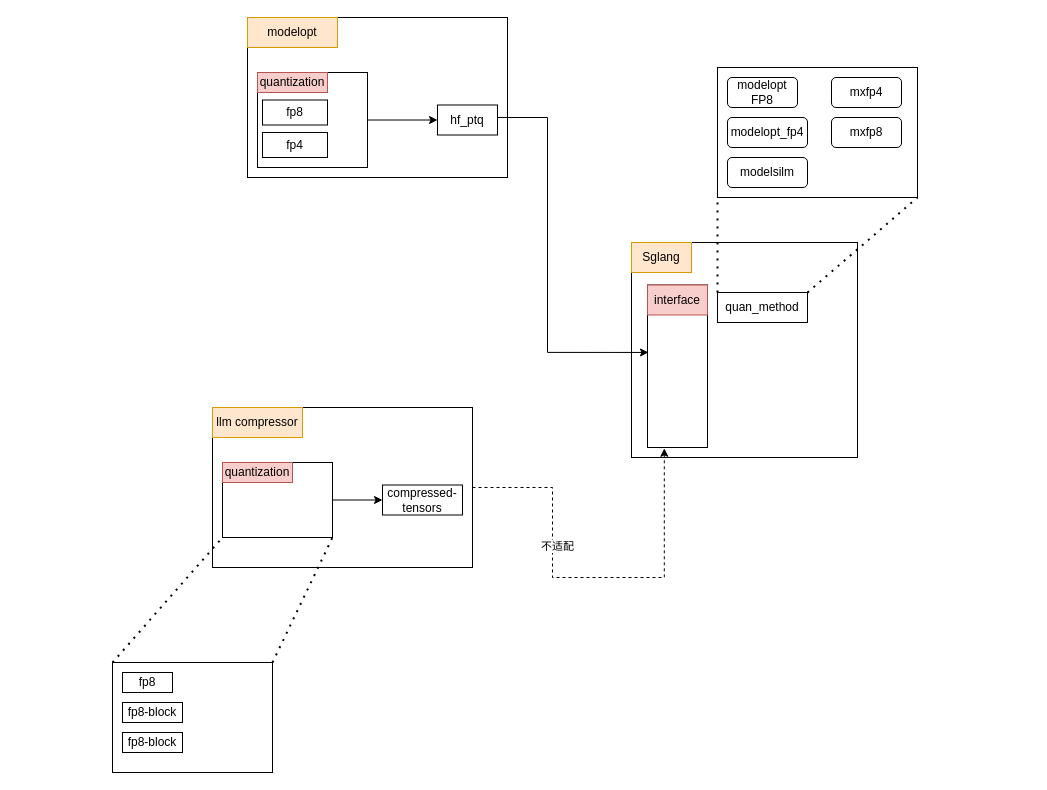
This is resouces/llm_comperssor.drawio from mth-del/Ai_Infra, a draw.io file, before an edit. Source tidied: cells renumbered, new cells numbered last; positions are measured from the earlier drawing's top-left corner, leaving out a move shared by most shapes. Both pictures are drawn from the tidied source at 100%, with x=0, y=0 at pixel (112, 17).
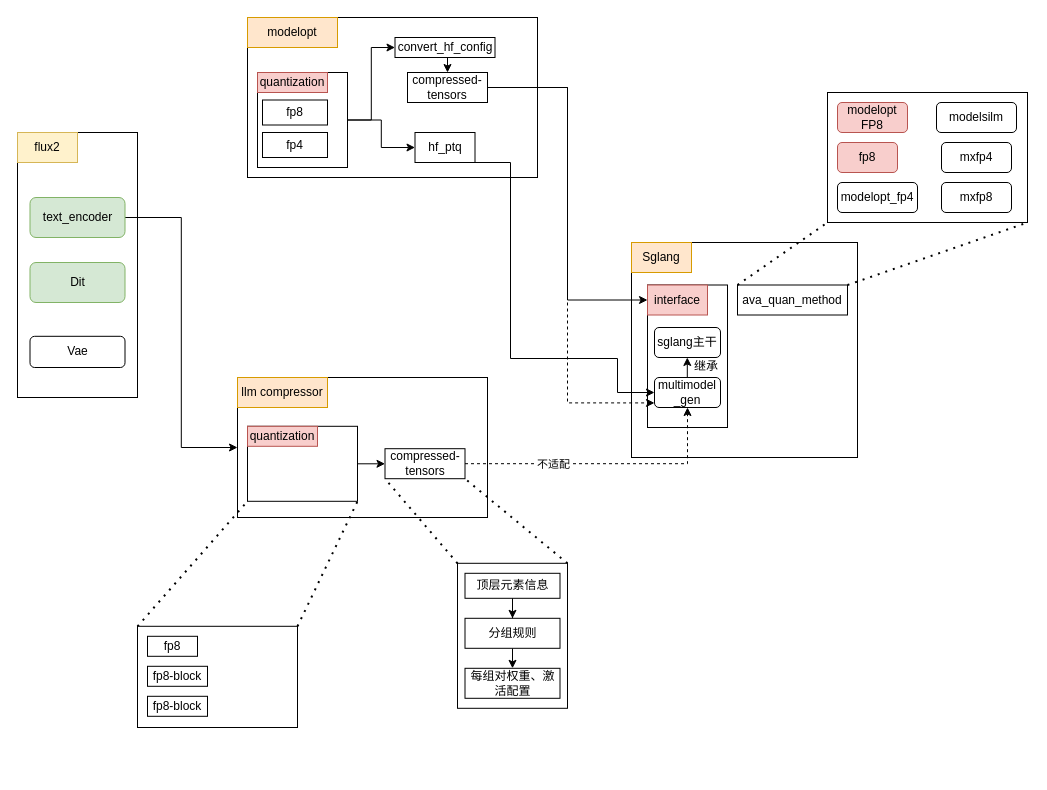
The same diagram, later.

Unchanged cells that the change refers to:
```xml
<mxCell id="36" value="interface" style="text;html=1;whiteSpace=wrap;strokeColor=#b85450;fillColor=#f8cecc;align=center;verticalAlign=middle;rounded=0;" parent="1" vertex="1">
  <mxGeometry x="535" y="267.5" width="60" height="30" as="geometry" />
</mxCell>
```

Diff of the diagram source:
```diff
@@
+    <mxCell id="5" style="rounded=0;whiteSpace=wrap;html=1;" parent="1" vertex="1">
+      <mxGeometry x="519" y="225" width="226" height="215" as="geometry" />
+    </mxCell>
+    <mxCell id="35" style="rounded=0;whiteSpace=wrap;html=1;" parent="1" vertex="1">
+      <mxGeometry x="535" y="267.5" width="80" height="142.5" as="geometry" />
+    </mxCell>
     <mxCell id="2" style="rounded=0;whiteSpace=wrap;html=1;" parent="1" vertex="1">
-      <mxGeometry x="100" y="390" width="260" height="160" as="geometry" />
+      <mxGeometry x="125" y="360" width="250" height="140" as="geometry" />
     </mxCell>
     <mxCell id="3" value="llm compressor" style="text;html=1;whiteSpace=wrap;strokeColor=#d79b00;fillColor=#ffe6cc;align=center;verticalAlign=middle;rounded=0;" parent="1" vertex="1">
-      <mxGeometry x="100" y="390" width="90" height="30" as="geometry" />
+      <mxGeometry x="125" y="360" width="90" height="30" as="geometry" />
     </mxCell>
+    <mxCell id="39" style="edgeStyle=orthogonalEdgeStyle;rounded=0;jettySize=auto;html=1;exitX=1;exitY=0.5;exitDx=0;exitDy=0;entryX=0.5;entryY=1;entryDx=0;entryDy=0;dashed=1;" parent="1" edge="1" source="4" target="62">
+      <mxGeometry relative="1" as="geometry" />
+    </mxCell>
+    <mxCell id="34" value="不适配" style="edgeLabel;html=1;align=center;verticalAlign=middle;" parent="39" vertex="1">
+      <mxGeometry x="-0.37" relative="1" as="geometry" />
+    </mxCell>
     <mxCell id="4" value="&lt;span style=&quot;font-size: 12px;&quot;&gt;compressed-tensors&lt;/span&gt;" style="rounded=0;whiteSpace=wrap;html=1;" parent="1" vertex="1">
-      <mxGeometry x="270" y="467.5" width="80" height="30" as="geometry" />
+      <mxGeometry x="272.5" y="431.2" width="80" height="30" as="geometry" />
     </mxCell>
-    <mxCell id="5" style="rounded=0;whiteSpace=wrap;html=1;" parent="1" vertex="1">
-      <mxGeometry x="519" y="225" width="226" height="215" as="geometry" />
-    </mxCell>
@@
     <mxCell id="8" style="rounded=0;whiteSpace=wrap;html=1;" parent="1" vertex="1">
-      <mxGeometry x="110" y="445" width="110" height="75" as="geometry" />
+      <mxGeometry x="135" y="408.8" width="110" height="75" as="geometry" />
     </mxCell>
     <mxCell id="9" value="quantization" style="text;html=1;whiteSpace=wrap;strokeColor=#b85450;fillColor=#f8cecc;align=center;verticalAlign=middle;rounded=0;" parent="1" vertex="1">
-      <mxGeometry x="110" y="445" width="70" height="20" as="geometry" />
+      <mxGeometry x="135" y="408.8" width="70" height="20" as="geometry" />
     </mxCell>
@@
     <mxCell id="11" style="endArrow=none;dashed=1;html=1;dashPattern=1 3;strokeWidth=2;rounded=0;entryX=1;entryY=1;entryDx=0;entryDy=0;" parent="1" edge="1" target="8">
       <mxGeometry relative="1" as="geometry">
-        <mxPoint x="160" y="645" as="sourcePoint" />
+        <mxPoint x="185" y="608.8" as="sourcePoint" />
       </mxGeometry>
     </mxCell>
     <mxCell id="12" style="rounded=0;whiteSpace=wrap;html=1;" parent="1" vertex="1">
-      <mxGeometry y="645" width="160" height="110" as="geometry" />
+      <mxGeometry x="25" y="608.8" width="160" height="101.2" as="geometry" />
     </mxCell>
     <mxCell id="13" value="fp8" style="rounded=0;whiteSpace=wrap;html=1;" parent="1" vertex="1">
-      <mxGeometry x="10" y="655" width="50" height="20" as="geometry" />
+      <mxGeometry x="35" y="618.8" width="50" height="20" as="geometry" />
     </mxCell>
     <mxCell id="14" value="fp8-block" style="rounded=0;whiteSpace=wrap;html=1;" parent="1" vertex="1">
-      <mxGeometry x="10" y="685" width="60" height="20" as="geometry" />
+      <mxGeometry x="35" y="648.8" width="60" height="20" as="geometry" />
     </mxCell>
     <mxCell id="15" value="fp8-block" style="rounded=0;whiteSpace=wrap;html=1;" parent="1" vertex="1">
-      <mxGeometry x="10" y="715" width="60" height="20" as="geometry" />
+      <mxGeometry x="35" y="678.8" width="60" height="20" as="geometry" />
     </mxCell>
-    <mxCell id="16" value="quan_method" style="rounded=0;whiteSpace=wrap;html=1;" parent="1" vertex="1">
-      <mxGeometry x="605" y="275" width="90" height="30" as="geometry" />
+    <mxCell id="16" value="ava_quan_method" style="rounded=0;whiteSpace=wrap;html=1;" parent="1" vertex="1">
+      <mxGeometry x="625" y="267.5" width="110" height="30" as="geometry" />
     </mxCell>
@@
     <mxCell id="19" style="rounded=0;whiteSpace=wrap;html=1;" parent="1" vertex="1">
-      <mxGeometry x="605" y="50" width="200" height="130" as="geometry" />
+      <mxGeometry x="715" y="75" width="200" height="130" as="geometry" />
     </mxCell>
-    <mxCell id="20" value="modelopt FP8" style="rounded=1;whiteSpace=wrap;html=1;" parent="1" vertex="1">
-      <mxGeometry x="615" y="60" width="70" height="30" as="geometry" />
+    <mxCell id="20" value="modelopt FP8" style="rounded=1;whiteSpace=wrap;html=1;fillColor=#f8cecc;strokeColor=#b85450;" parent="1" vertex="1">
+      <mxGeometry x="725" y="85" width="70" height="30" as="geometry" />
     </mxCell>
     <mxCell id="21" value="modelopt_fp4" style="rounded=1;whiteSpace=wrap;html=1;" parent="1" vertex="1">
-      <mxGeometry x="615" y="100" width="80" height="30" as="geometry" />
+      <mxGeometry x="725" y="165" width="80" height="30" as="geometry" />
     </mxCell>
     <mxCell id="22" value="modelsilm" style="rounded=1;whiteSpace=wrap;html=1;" parent="1" vertex="1">
-      <mxGeometry x="615" y="140" width="80" height="30" as="geometry" />
+      <mxGeometry x="824" y="85" width="80" height="30" as="geometry" />
     </mxCell>
@@
     <mxCell id="24" value="mxfp4" style="rounded=1;whiteSpace=wrap;html=1;" parent="1" vertex="1">
-      <mxGeometry x="719" y="60" width="70" height="30" as="geometry" />
+      <mxGeometry x="829" y="125" width="70" height="30" as="geometry" />
     </mxCell>
     <mxCell id="25" value="mxfp8" style="rounded=1;whiteSpace=wrap;html=1;" parent="1" vertex="1">
-      <mxGeometry x="719" y="100" width="70" height="30" as="geometry" />
+      <mxGeometry x="829" y="165" width="70" height="30" as="geometry" />
     </mxCell>
     <mxCell id="26" style="rounded=0;whiteSpace=wrap;html=1;" parent="1" vertex="1">
-      <mxGeometry x="135" width="260" height="160" as="geometry" />
+      <mxGeometry x="135" width="290" height="160" as="geometry" />
     </mxCell>
@@
-    <mxCell id="28" style="edgeStyle=orthogonalEdgeStyle;rounded=0;jettySize=auto;html=1;exitX=1;exitY=0.5;exitDx=0;exitDy=0;entryX=0.016;entryY=0.415;entryDx=0;entryDy=0;entryPerimeter=0;" parent="1" edge="1" source="29" target="35">
+    <mxCell id="28" style="edgeStyle=orthogonalEdgeStyle;rounded=0;jettySize=auto;html=1;exitX=1;exitY=0.5;exitDx=0;exitDy=0;entryX=0;entryY=0.5;entryDx=0;entryDy=0;" parent="1" edge="1" target="62">
       <mxGeometry relative="1" as="geometry">
+        <mxPoint x="325" y="145" as="sourcePoint" />
         <Array as="points">
-          <mxPoint x="385" y="100" />
-          <mxPoint x="435" y="100" />
-          <mxPoint x="435" y="335" />
+          <mxPoint x="398" y="145" />
+          <mxPoint x="398" y="341" />
+          <mxPoint x="505" y="341" />
+          <mxPoint x="505" y="375" />
         </Array>
       </mxGeometry>
     </mxCell>
     <mxCell id="29" value="&lt;span style=&quot;font-size: 12px;&quot;&gt;hf_ptq&lt;/span&gt;" style="rounded=0;whiteSpace=wrap;html=1;" parent="1" vertex="1">
-      <mxGeometry x="325" y="87.5" width="60" height="30" as="geometry" />
+      <mxGeometry x="302.5" y="115" width="60" height="30" as="geometry" />
     </mxCell>
@@
+    <mxCell id="40" style="edgeStyle=orthogonalEdgeStyle;rounded=0;jettySize=auto;html=1;exitX=1;exitY=0.5;exitDx=0;exitDy=0;entryX=0;entryY=0.5;entryDx=0;entryDy=0;" parent="1" edge="1" source="31" target="51">
+      <mxGeometry relative="1" as="geometry" />
+    </mxCell>
     <mxCell id="31" style="rounded=0;whiteSpace=wrap;html=1;" parent="1" vertex="1">
-      <mxGeometry x="145" y="55" width="110" height="95" as="geometry" />
+      <mxGeometry x="145" y="55" width="90" height="95" as="geometry" />
     </mxCell>
@@
-    <mxCell id="33" style="edgeStyle=orthogonalEdgeStyle;rounded=0;jettySize=auto;html=1;exitX=1;exitY=0.5;exitDx=0;exitDy=0;entryX=0.28;entryY=1.005;entryDx=0;entryDy=0;entryPerimeter=0;dashed=1;" parent="1" edge="1" source="2" target="35">
-      <mxGeometry relative="1" as="geometry">
-        <Array as="points">
-          <mxPoint x="440" y="470" />
-          <mxPoint x="440" y="560" />
-          <mxPoint x="552" y="560" />
-        </Array>
-      </mxGeometry>
-    </mxCell>
-    <mxCell id="34" value="不适配" style="edgeLabel;html=1;align=center;verticalAlign=middle;" parent="33" vertex="1">
-      <mxGeometry x="-0.33" y="4" relative="1" as="geometry" />
-    </mxCell>
-    <mxCell id="35" style="rounded=0;whiteSpace=wrap;html=1;" parent="1" vertex="1">
-      <mxGeometry x="535" y="267.5" width="60" height="162.5" as="geometry" />
-    </mxCell>
@@
+    <mxCell id="41" value="fp8" style="rounded=1;whiteSpace=wrap;html=1;fillColor=#f8cecc;strokeColor=#b85450;" parent="1" vertex="1">
+      <mxGeometry x="725" y="125" width="60" height="30" as="geometry" />
+    </mxCell>
+    <mxCell id="42" style="endArrow=none;dashed=1;html=1;dashPattern=1 3;strokeWidth=2;rounded=0;entryX=0;entryY=1;entryDx=0;entryDy=0;exitX=0;exitY=0;exitDx=0;exitDy=0;" parent="1" edge="1" source="44" target="4">
+      <mxGeometry relative="1" as="geometry" />
+    </mxCell>
+    <mxCell id="43" style="endArrow=none;dashed=1;html=1;dashPattern=1 3;strokeWidth=2;rounded=0;entryX=1;entryY=1;entryDx=0;entryDy=0;exitX=1;exitY=0;exitDx=0;exitDy=0;" parent="1" edge="1" source="44" target="4">
+      <mxGeometry relative="1" as="geometry" />
+    </mxCell>
+    <mxCell id="44" style="rounded=0;whiteSpace=wrap;html=1;" parent="1" vertex="1">
+      <mxGeometry x="345" y="545.8" width="110" height="145" as="geometry" />
+    </mxCell>
+    <mxCell id="45" style="edgeStyle=orthogonalEdgeStyle;rounded=0;jettySize=auto;html=1;entryX=0.5;entryY=0;entryDx=0;entryDy=0;" parent="1" edge="1" source="46" target="48">
+      <mxGeometry relative="1" as="geometry" />
+    </mxCell>
+    <mxCell id="46" value="顶层元素信息" style="rounded=0;whiteSpace=wrap;html=1;" parent="1" vertex="1">
+      <mxGeometry x="352.5" y="555.8" width="95" height="25" as="geometry" />
+    </mxCell>
+    <mxCell id="47" style="edgeStyle=orthogonalEdgeStyle;rounded=0;jettySize=auto;html=1;exitX=0.5;exitY=1;exitDx=0;exitDy=0;entryX=0.5;entryY=0;entryDx=0;entryDy=0;" parent="1" edge="1" source="48" target="49">
+      <mxGeometry relative="1" as="geometry" />
+    </mxCell>
+    <mxCell id="48" value="分组规则" style="rounded=0;whiteSpace=wrap;html=1;" parent="1" vertex="1">
+      <mxGeometry x="352.5" y="600.8" width="95" height="30" as="geometry" />
+    </mxCell>
+    <mxCell id="49" value="每组对权重、激活配置" style="rounded=0;whiteSpace=wrap;html=1;" parent="1" vertex="1">
+      <mxGeometry x="352.5" y="650.8" width="95" height="30" as="geometry" />
+    </mxCell>
+    <mxCell id="50" style="edgeStyle=orthogonalEdgeStyle;rounded=0;jettySize=auto;html=1;exitX=0.5;exitY=1;exitDx=0;exitDy=0;entryX=0.5;entryY=0;entryDx=0;entryDy=0;" parent="1" edge="1" source="51" target="54">
+      <mxGeometry relative="1" as="geometry" />
+    </mxCell>
+    <mxCell id="51" value="convert_hf_config" style="rounded=0;whiteSpace=wrap;html=1;" parent="1" vertex="1">
+      <mxGeometry x="282.5" y="20" width="100" height="20" as="geometry" />
+    </mxCell>
+    <mxCell id="52" style="edgeStyle=orthogonalEdgeStyle;rounded=0;jettySize=auto;html=1;exitX=1;exitY=0.5;exitDx=0;exitDy=0;entryX=0;entryY=0.5;entryDx=0;entryDy=0;" parent="1" edge="1" source="54" target="36">
+      <mxGeometry relative="1" as="geometry" />
+    </mxCell>
+    <mxCell id="53" style="edgeStyle=orthogonalEdgeStyle;rounded=0;jettySize=auto;html=1;exitX=1;exitY=0.5;exitDx=0;exitDy=0;entryX=0;entryY=0.847;entryDx=0;entryDy=0;entryPerimeter=0;dashed=1;" parent="1" edge="1" target="62">
+      <mxGeometry relative="1" as="geometry">
+        <mxPoint x="375" y="65" as="sourcePoint" />
+        <Array as="points">
+          <mxPoint x="375" y="70" />
+          <mxPoint x="455" y="70" />
+          <mxPoint x="455" y="385" />
+          <mxPoint x="542" y="385" />
+        </Array>
+      </mxGeometry>
+    </mxCell>
+    <mxCell id="54" value="&lt;span style=&quot;font-size: 12px;&quot;&gt;compressed-tensors&lt;/span&gt;" style="rounded=0;whiteSpace=wrap;html=1;" parent="1" vertex="1">
+      <mxGeometry x="295" y="55" width="80" height="30" as="geometry" />
+    </mxCell>
+    <mxCell id="55" style="rounded=0;whiteSpace=wrap;html=1;" parent="1" vertex="1">
+      <mxGeometry x="-95" y="115" width="120" height="265" as="geometry" />
+    </mxCell>
+    <mxCell id="56" value="flux2" style="text;html=1;whiteSpace=wrap;strokeColor=#d6b656;fillColor=#fff2cc;align=center;verticalAlign=middle;rounded=0;" parent="1" vertex="1">
+      <mxGeometry x="-95" y="115" width="60" height="30" as="geometry" />
+    </mxCell>
+    <mxCell id="57" style="edgeStyle=orthogonalEdgeStyle;rounded=0;jettySize=auto;html=1;exitX=1;exitY=0.5;exitDx=0;exitDy=0;entryX=0;entryY=0.5;entryDx=0;entryDy=0;" parent="1" edge="1" source="58" target="2">
+      <mxGeometry relative="1" as="geometry" />
+    </mxCell>
+    <mxCell id="58" value="text_encoder" style="rounded=1;whiteSpace=wrap;html=1;fillColor=#d5e8d4;strokeColor=#82b366;" parent="1" vertex="1">
+      <mxGeometry x="-82.5" y="180" width="95" height="40" as="geometry" />
+    </mxCell>
+    <mxCell id="59" value="Dit" style="rounded=1;whiteSpace=wrap;html=1;fillColor=#d5e8d4;strokeColor=#82b366;" parent="1" vertex="1">
+      <mxGeometry x="-82.5" y="245" width="95" height="40" as="geometry" />
+    </mxCell>
+    <mxCell id="60" value="Vae" style="rounded=1;whiteSpace=wrap;html=1;" parent="1" vertex="1">
+      <mxGeometry x="-82.5" y="318.8" width="95" height="31.2" as="geometry" />
+    </mxCell>
+    <mxCell id="61" value="sglang主干" style="rounded=1;whiteSpace=wrap;html=1;" parent="1" vertex="1">
+      <mxGeometry x="542" y="310" width="66" height="30" as="geometry" />
+    </mxCell>
+    <mxCell id="62" value="multimodel&lt;div&gt;_gen&lt;/div&gt;" style="rounded=1;whiteSpace=wrap;html=1;" parent="1" vertex="1">
+      <mxGeometry x="542" y="360" width="66" height="30" as="geometry" />
+    </mxCell>
+    <mxCell id="63" style="endArrow=classic;html=1;rounded=0;" parent="1" edge="1">
+      <mxGeometry relative="1" as="geometry">
+        <mxPoint x="574.8" y="360" as="sourcePoint" />
+        <mxPoint x="574.8" y="340" as="targetPoint" />
+      </mxGeometry>
+    </mxCell>
+    <mxCell id="64" value="继承" style="text;html=1;whiteSpace=wrap;strokeColor=none;fillColor=none;align=center;verticalAlign=middle;rounded=0;" parent="1" vertex="1">
+      <mxGeometry x="579" y="343.8" width="30" height="10" as="geometry" />
+    </mxCell>
```
